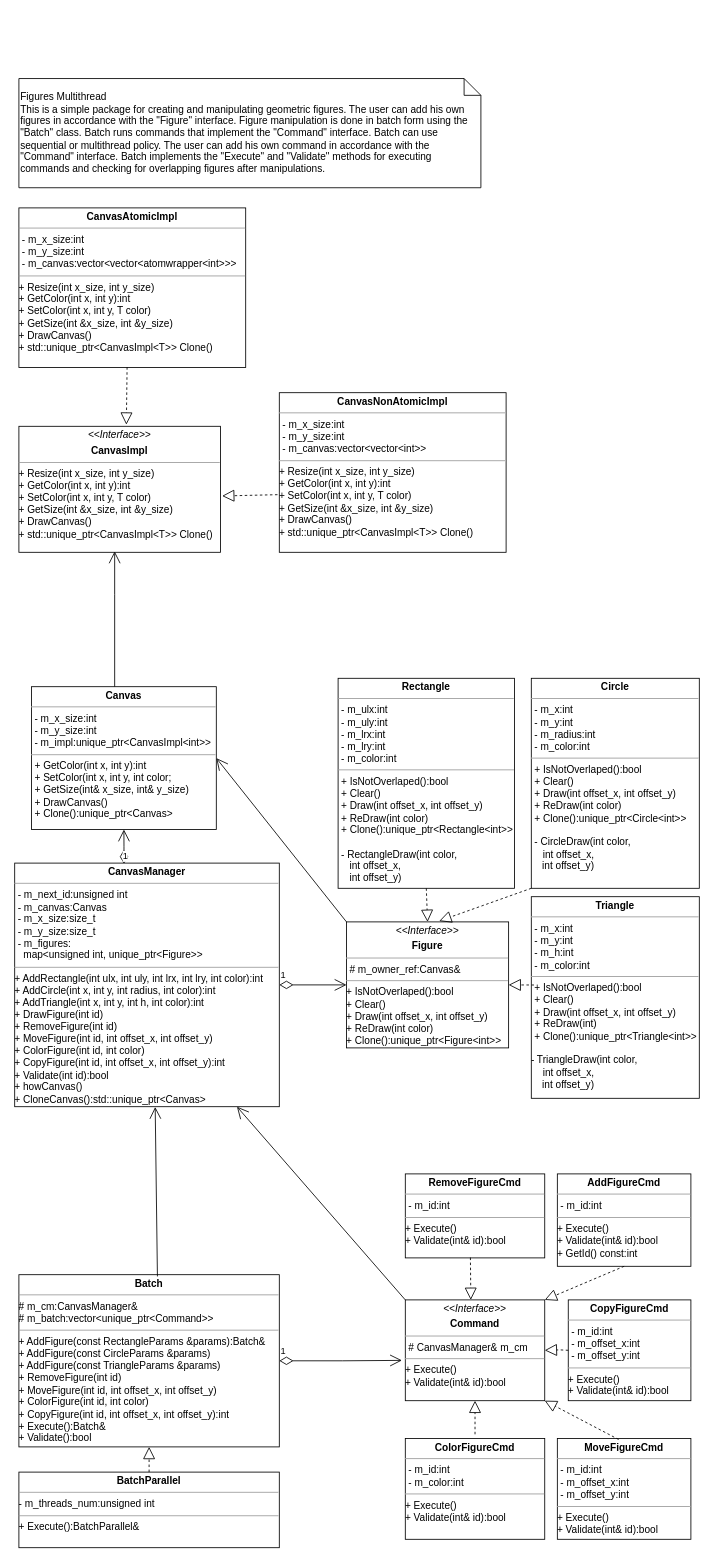
Above: docs/figure_class.drawio in slawek-m/figures (draw.io), before the change. Source tidied: cells renumbered, new cells numbered last; positions are measured from the earlier drawing's top-left corner, leaving out a move shared by most shapes. Both pictures are drawn from the tidied source at 84%, with x=0, y=0 at pixel (14, 78).
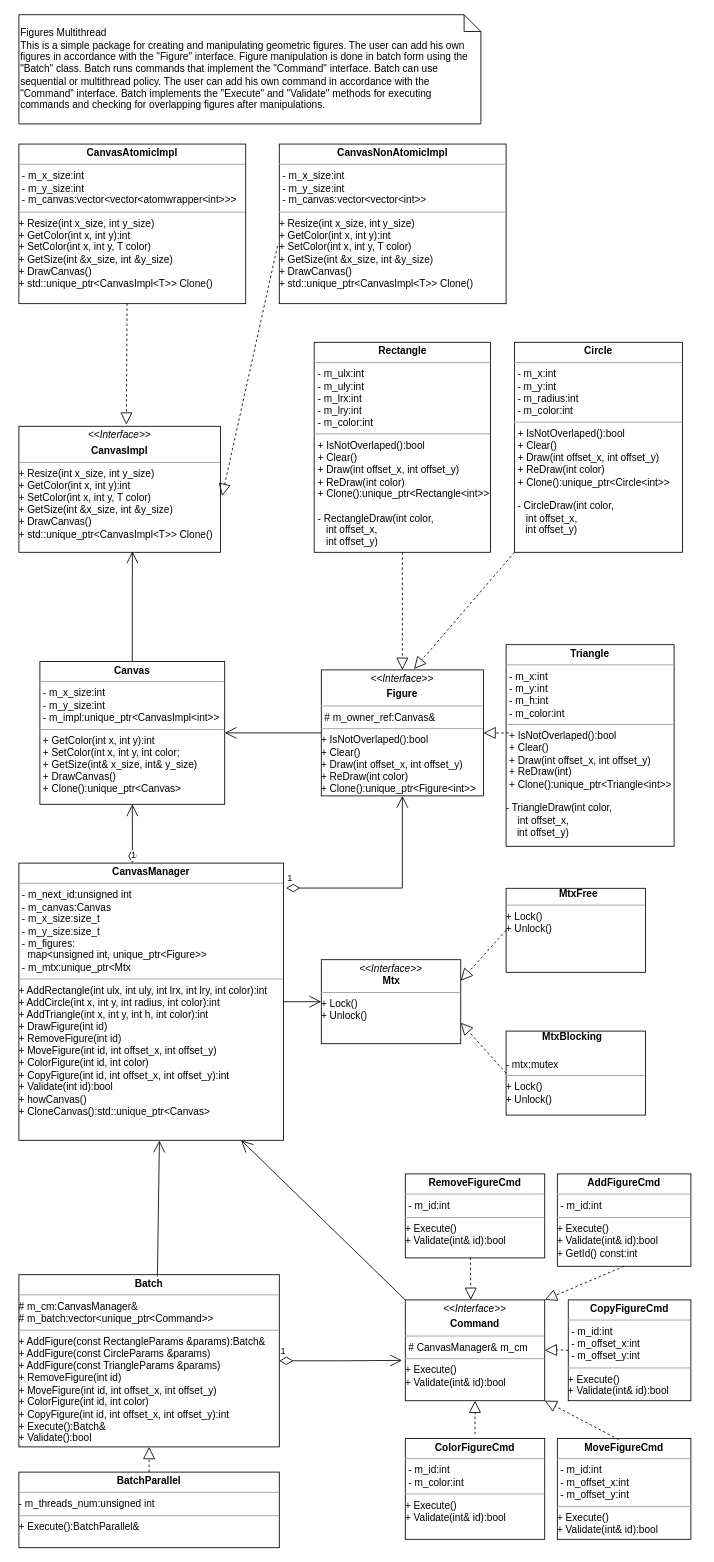
Above is the later version.

Commit message (it also covers changes not shown here):
class diagram updated

Unchanged cells that the change refers to:
```xml
<mxCell id="28" value="&lt;p style=&quot;margin:0px;margin-top:4px;text-align:center;&quot;&gt;&lt;i&gt;&amp;lt;&amp;lt;Interface&amp;gt;&amp;gt;&lt;/i&gt;&lt;/p&gt;&lt;p style=&quot;margin:0px;margin-top:4px;text-align:center;&quot;&gt;&lt;b&gt;CanvasImpl&lt;/b&gt;&lt;/p&gt;&lt;hr size=&quot;1&quot;&gt;+ Resize(int x_size, int y_size)&lt;br&gt;+ GetColor(int x, int y):int&lt;br&gt;+ SetColor(int x, int y, T color)&lt;br&gt;+ GetSize(int &amp;amp;x_size, int &amp;amp;y_size)&lt;br&gt;+ DrawCanvas()&lt;br&gt;+ std::unique_ptr&amp;lt;CanvasImpl&amp;lt;T&amp;gt;&amp;gt; Clone()" style="verticalAlign=top;align=left;overflow=fill;fontSize=12;fontFamily=Helvetica;html=1;" parent="1" vertex="1">
  <mxGeometry x="5" y="414" width="240" height="150" as="geometry" />
</mxCell>
```

The edit, as a diff of the source:
```diff
@@
     <mxCell id="2" value="&lt;p style=&quot;margin:0px;margin-top:4px;text-align:center;&quot;&gt;&lt;i&gt;&amp;lt;&amp;lt;Interface&amp;gt;&amp;gt;&lt;/i&gt;&lt;/p&gt;&lt;p style=&quot;margin:0px;margin-top:4px;text-align:center;&quot;&gt;&lt;b&gt;Figure&lt;/b&gt;&lt;br&gt;&lt;/p&gt;&lt;hr size=&quot;1&quot;&gt;&lt;p style=&quot;margin:0px;margin-left:4px;&quot;&gt;# m_owner_ref:Canvas&amp;amp;&lt;br&gt;&lt;/p&gt;&lt;hr size=&quot;1&quot;&gt;+ IsNotOverlaped():bool&lt;br&gt;+ Clear()&lt;br&gt;+ Draw(int offset_x, int offset_y)&lt;br&gt;&lt;div&gt;+ ReDraw(int color)&lt;/div&gt;&lt;div&gt;+ Clone():unique_ptr&amp;lt;Figure&amp;lt;int&amp;gt;&amp;gt;&lt;br&gt;&lt;/div&gt;&lt;div&gt;&lt;br&gt;&lt;/div&gt;" style="verticalAlign=top;align=left;overflow=fill;fontSize=12;fontFamily=Helvetica;html=1;" parent="1" vertex="1">
-      <mxGeometry x="395" y="1004" width="193" height="150" as="geometry" />
+      <mxGeometry x="365" y="704" width="193" height="150" as="geometry" />
     </mxCell>
     <mxCell id="3" value="&lt;p style=&quot;margin:0px;margin-top:4px;text-align:center;&quot;&gt;&lt;b&gt;Rectangle&lt;/b&gt;&lt;br&gt;&lt;/p&gt;&lt;hr size=&quot;1&quot;&gt;&lt;p style=&quot;margin:0px;margin-left:4px;&quot;&gt;- m_ulx:int&lt;br&gt;- m_uly:int&lt;br&gt;- m_lrx:int &lt;br&gt;- m_lry:int&lt;br&gt;- m_color:int&lt;/p&gt;&lt;hr size=&quot;1&quot;&gt;&lt;p style=&quot;margin:0px;margin-left:4px;&quot;&gt;+ IsNotOverlaped():bool&lt;br&gt;+ Clear()&lt;br&gt;+ Draw(int offset_x, int offset_y)&lt;br&gt;+ ReDraw(int color)&lt;/p&gt;&lt;p style=&quot;margin:0px;margin-left:4px;&quot;&gt;+ Clone():unique_ptr&amp;lt;Rectangle&amp;lt;int&amp;gt;&amp;gt;&lt;/p&gt;&lt;p style=&quot;margin:0px;margin-left:4px;&quot;&gt;&lt;br&gt;&lt;/p&gt;&lt;p style=&quot;margin:0px;margin-left:4px;&quot;&gt;- RectangleDraw(int color, &lt;br&gt;&lt;/p&gt;&lt;p style=&quot;margin:0px;margin-left:4px;&quot;&gt;&amp;nbsp;&amp;nbsp; int offset_x, &lt;br&gt;&lt;/p&gt;&lt;p style=&quot;margin:0px;margin-left:4px;&quot;&gt;&amp;nbsp;&amp;nbsp; int offset_y)&lt;br&gt;&lt;/p&gt;" style="verticalAlign=top;align=left;overflow=fill;fontSize=12;fontFamily=Helvetica;html=1;" parent="1" vertex="1">
-      <mxGeometry x="385" y="714" width="210" height="250" as="geometry" />
+      <mxGeometry x="356.5" y="314" width="210" height="250" as="geometry" />
     </mxCell>
     <mxCell id="4" value="&lt;p style=&quot;margin:0px;margin-top:4px;text-align:center;&quot;&gt;&lt;b&gt;Circle&lt;/b&gt;&lt;/p&gt;&lt;hr size=&quot;1&quot;&gt;&lt;p style=&quot;margin:0px;margin-left:4px;&quot;&gt;- m_x:int&lt;br&gt;- m_y:int&lt;br&gt;- m_radius:int&lt;br&gt;- m_color:int&lt;/p&gt;&lt;hr size=&quot;1&quot;&gt;&lt;p style=&quot;margin:0px;margin-left:4px;&quot;&gt;+ IsNotOverlaped():bool&lt;br&gt;+ Clear()&lt;br&gt;+ Draw(int offset_x, int offset_y)&lt;br&gt;+ ReDraw(int color)&lt;/p&gt;&lt;p style=&quot;margin:0px;margin-left:4px;&quot;&gt;+ Clone():unique_ptr&amp;lt;Circle&amp;lt;int&amp;gt;&amp;gt;&lt;/p&gt;&lt;p style=&quot;margin:0px;margin-left:4px;&quot;&gt;&lt;br&gt;&lt;/p&gt;&lt;p style=&quot;margin:0px;margin-left:4px;&quot;&gt;- CircleDraw(int color, &lt;br&gt;&lt;/p&gt;&lt;p style=&quot;margin:0px;margin-left:4px;&quot;&gt;&amp;nbsp;&amp;nbsp; int offset_x, &lt;br&gt;&lt;/p&gt;&amp;nbsp;&amp;nbsp;&amp;nbsp; int offset_y)" style="verticalAlign=top;align=left;overflow=fill;fontSize=12;fontFamily=Helvetica;html=1;" parent="1" vertex="1">
-      <mxGeometry x="615" y="714" width="200" height="250" as="geometry" />
+      <mxGeometry x="595" y="314" width="200" height="250" as="geometry" />
     </mxCell>
     <mxCell id="5" value="&lt;p style=&quot;margin:0px;margin-top:4px;text-align:center;&quot;&gt;&lt;b&gt;Triangle&lt;/b&gt;&lt;br&gt;&lt;/p&gt;&lt;hr size=&quot;1&quot;&gt;&lt;p style=&quot;margin:0px;margin-left:4px;&quot;&gt;- m_x:int&lt;br&gt;- m_y:int&lt;br&gt;- m_h:int&lt;br&gt;- m_color:int&lt;/p&gt;&lt;hr size=&quot;1&quot;&gt;&lt;p style=&quot;margin:0px;margin-left:4px;&quot;&gt;+ IsNotOverlaped():bool&lt;br&gt;+ Clear()&lt;br&gt;+ Draw(int offset_x, int offset_y)&lt;br&gt;+ ReDraw(int)&lt;/p&gt;&lt;p style=&quot;margin:0px;margin-left:4px;&quot;&gt;+ Clone():unique_ptr&amp;lt;Triangle&amp;lt;int&amp;gt;&amp;gt;&lt;br&gt;&lt;/p&gt;&lt;p style=&quot;margin:0px;margin-left:4px;&quot;&gt;&lt;br&gt;&lt;/p&gt;- TriangleDraw(int color, &lt;br&gt;&lt;p style=&quot;margin:0px;margin-left:4px;&quot;&gt;&amp;nbsp;&amp;nbsp; int offset_x, &lt;br&gt;&lt;/p&gt;&amp;nbsp;&amp;nbsp;&amp;nbsp; int offset_y)&lt;p style=&quot;margin:0px;margin-left:4px;&quot;&gt;&lt;/p&gt;" style="verticalAlign=top;align=left;overflow=fill;fontSize=12;fontFamily=Helvetica;html=1;" parent="1" vertex="1">
-      <mxGeometry x="615" y="974" width="200" height="240" as="geometry" />
+      <mxGeometry x="585" y="674" width="200" height="240" as="geometry" />
     </mxCell>
     <mxCell id="6" value="&lt;p style=&quot;margin:0px;margin-top:4px;text-align:center;&quot;&gt;&lt;b&gt;Canvas&lt;/b&gt;&lt;/p&gt;&lt;hr size=&quot;1&quot;&gt;&lt;p style=&quot;margin:0px;margin-left:4px;&quot;&gt;- m_x_size:int &lt;br&gt;- m_y_size:int &lt;br&gt;- m_impl:unique_ptr&amp;lt;CanvasImpl&amp;lt;int&amp;gt;&amp;gt; &lt;br&gt;&lt;/p&gt;&lt;hr size=&quot;1&quot;&gt;&lt;p style=&quot;margin:0px;margin-left:4px;&quot;&gt;+ GetColor(int x, int y):int&lt;br&gt;+ SetColor(int x, int y, int color;&lt;br&gt;+ GetSize(int&amp;amp; x_size, int&amp;amp; y_size)&lt;br&gt;+ DrawCanvas()&lt;br&gt;+ Clone():unique_ptr&amp;lt;Canvas&amp;gt;&lt;br&gt;&lt;/p&gt;" style="verticalAlign=top;align=left;overflow=fill;fontSize=12;fontFamily=Helvetica;html=1;" parent="1" vertex="1">
-      <mxGeometry x="20" y="724" width="220" height="170" as="geometry" />
+      <mxGeometry x="30" y="694" width="220" height="170" as="geometry" />
     </mxCell>
-    <mxCell id="7" style="endArrow=open;endFill=1;endSize=12;html=1;rounded=0;exitX=0;exitY=0;exitDx=0;exitDy=0;entryX=1;entryY=0.5;entryDx=0;entryDy=0;" parent="1" edge="1" source="2" target="6">
+    <mxCell id="7" style="endArrow=open;endFill=1;endSize=12;html=1;rounded=0;exitX=0;exitY=0.5;exitDx=0;exitDy=0;entryX=1;entryY=0.5;entryDx=0;entryDy=0;" parent="1" edge="1" source="2" target="6">
       <mxGeometry relative="1" as="geometry" />
     </mxCell>
@@
-    <mxCell id="17" value="&lt;p style=&quot;margin:0px;margin-top:4px;text-align:center;&quot;&gt;&lt;b&gt;CanvasManager&lt;/b&gt;&lt;/p&gt;&lt;hr size=&quot;1&quot;&gt;&lt;p style=&quot;margin:0px;margin-left:4px;&quot;&gt;- m_next_id:unsigned int &lt;br&gt;- m_canvas:Canvas&lt;br&gt;- m_x_size:size_t&lt;br&gt;- m_y_size:size_t&lt;br&gt;- m_figures:&lt;/p&gt;&lt;p style=&quot;margin:0px;margin-left:4px;&quot;&gt;&amp;nbsp; map&amp;lt;unsigned int, unique_ptr&amp;lt;Figure&amp;gt;&amp;gt; &lt;br&gt;&lt;/p&gt;&lt;hr size=&quot;1&quot;&gt;+ AddRectangle(int ulx, int uly, int lrx, int lry, int color):int&lt;br&gt;+ AddCircle(int x, int y, int radius, int color):int&lt;br&gt;+ AddTriangle(int x, int y, int h, int color):int&lt;br&gt;+ DrawFigure(int id)&lt;br&gt;+ RemoveFigure(int id)&lt;br&gt;+ MoveFigure(int id, int offset_x, int offset_y)&lt;br&gt;&lt;div&gt;+ ColorFigure(int id, int color)&lt;/div&gt;&lt;div&gt;+ CopyFigure(int id, int offset_x, int offset_y):int&lt;/div&gt;+ Validate(int id):bool&lt;br&gt;+ howCanvas()&lt;br&gt;+ CloneCanvas():std::unique_ptr&amp;lt;Canvas&amp;gt;" style="verticalAlign=top;align=left;overflow=fill;fontSize=12;fontFamily=Helvetica;html=1;" parent="1" vertex="1">
-      <mxGeometry y="934" width="315" height="290" as="geometry" />
+    <mxCell id="17" value="&lt;p style=&quot;margin:0px;margin-top:4px;text-align:center;&quot;&gt;&lt;b&gt;CanvasManager&lt;/b&gt;&lt;/p&gt;&lt;hr size=&quot;1&quot;&gt;&lt;p style=&quot;margin:0px;margin-left:4px;&quot;&gt;- m_next_id:unsigned int &lt;br&gt;- m_canvas:Canvas&lt;br&gt;- m_x_size:size_t&lt;br&gt;- m_y_size:size_t&lt;br&gt;- m_figures:&lt;/p&gt;&lt;p style=&quot;margin:0px;margin-left:4px;&quot;&gt;&amp;nbsp; map&amp;lt;unsigned int, unique_ptr&amp;lt;Figure&amp;gt;&amp;gt;&lt;/p&gt;&lt;p style=&quot;margin:0px;margin-left:4px;&quot;&gt;- m_mtx:unique_ptr&amp;lt;Mtx &lt;/p&gt;&lt;hr size=&quot;1&quot;&gt;+ AddRectangle(int ulx, int uly, int lrx, int lry, int color):int&lt;br&gt;+ AddCircle(int x, int y, int radius, int color):int&lt;br&gt;+ AddTriangle(int x, int y, int h, int color):int&lt;br&gt;+ DrawFigure(int id)&lt;br&gt;+ RemoveFigure(int id)&lt;br&gt;+ MoveFigure(int id, int offset_x, int offset_y)&lt;br&gt;&lt;div&gt;+ ColorFigure(int id, int color)&lt;/div&gt;&lt;div&gt;+ CopyFigure(int id, int offset_x, int offset_y):int&lt;/div&gt;+ Validate(int id):bool&lt;br&gt;+ howCanvas()&lt;br&gt;+ CloneCanvas():std::unique_ptr&amp;lt;Canvas&amp;gt;" style="verticalAlign=top;align=left;overflow=fill;fontSize=12;fontFamily=Helvetica;html=1;" parent="1" vertex="1">
+      <mxGeometry x="5" y="934" width="315" height="330" as="geometry" />
     </mxCell>
@@
-    <mxCell id="21" value="1" style="endArrow=open;html=1;endSize=12;startArrow=diamondThin;startSize=14;startFill=0;edgeStyle=orthogonalEdgeStyle;align=left;verticalAlign=bottom;rounded=0;entryX=0.5;entryY=1;entryDx=0;entryDy=0;exitX=0.413;exitY=0.003;exitDx=0;exitDy=0;exitPerimeter=0;" parent="1" edge="1" source="17" target="6">
+    <mxCell id="21" value="1" style="endArrow=open;html=1;endSize=12;startArrow=diamondThin;startSize=14;startFill=0;edgeStyle=orthogonalEdgeStyle;align=left;verticalAlign=bottom;rounded=0;entryX=0.5;entryY=1;entryDx=0;entryDy=0;exitX=0.429;exitY=0;exitDx=0;exitDy=0;exitPerimeter=0;" parent="1" edge="1" source="17" target="6">
       <mxGeometry x="-1" y="3" relative="1" as="geometry" />
     </mxCell>
@@
     <mxCell id="25" value="&lt;div align=&quot;left&quot;&gt;Figures Multithread&lt;br&gt;&lt;/div&gt;This is a simple package for creating and manipulating geometric figures. The user can add his own figures in accordance with the &quot;Figure&quot; interface. Figure manipulation is done in batch form using the &quot;Batch&quot; class. Batch runs commands that implement the &quot;Command&quot; interface. Batch can use sequential or multithread policy. The user can add his own command in accordance with the&lt;br&gt;&quot;Command&quot; interface. Batch implements the &quot;Execute&quot; and &quot;Validate&quot; methods for executing commands and checking for overlapping figures after manipulations. " style="shape=note;size=20;whiteSpace=wrap;html=1;align=left;" parent="1" vertex="1">
-      <mxGeometry x="5" width="550" height="130" as="geometry" />
+      <mxGeometry x="5" y="-76" width="550" height="130" as="geometry" />
     </mxCell>
@@
     <mxCell id="29" value="&lt;p style=&quot;margin:0px;margin-top:4px;text-align:center;&quot;&gt;&lt;b&gt;Canvas&lt;/b&gt;&lt;b&gt;Atomic&lt;/b&gt;&lt;b&gt;Impl&lt;/b&gt;&lt;br&gt;&lt;/p&gt;&lt;hr size=&quot;1&quot;&gt;&lt;p style=&quot;margin:0px;margin-left:4px;&quot;&gt;- m_x_size:int&lt;br&gt;- m_y_size:int&lt;br&gt;- m_canvas:vector&amp;lt;vector&amp;lt;atomwrapper&amp;lt;int&amp;gt;&amp;gt;&amp;gt;&lt;br&gt;&lt;/p&gt;&lt;hr size=&quot;1&quot;&gt;+ Resize(int x_size, int y_size)&lt;br&gt;+ GetColor(int x, int y):int&lt;br&gt;+ SetColor(int x, int y, T color)&lt;br&gt;+ GetSize(int &amp;amp;x_size, int &amp;amp;y_size)&lt;br&gt;+ DrawCanvas()&lt;br&gt;+ std::unique_ptr&amp;lt;CanvasImpl&amp;lt;T&amp;gt;&amp;gt; Clone()" style="verticalAlign=top;align=left;overflow=fill;fontSize=12;fontFamily=Helvetica;html=1;" parent="1" vertex="1">
-      <mxGeometry x="5" y="154" width="270" height="190" as="geometry" />
+      <mxGeometry x="5" y="78" width="270" height="190" as="geometry" />
     </mxCell>
     <mxCell id="30" value="&lt;p style=&quot;margin:0px;margin-top:4px;text-align:center;&quot;&gt;&lt;b&gt;CanvasNonAtomicImpl&lt;/b&gt;&lt;br&gt;&lt;/p&gt;&lt;hr size=&quot;1&quot;&gt;&lt;p style=&quot;margin:0px;margin-left:4px;&quot;&gt;- m_x_size:int&lt;br&gt;- m_y_size:int&lt;br&gt;- m_canvas:vector&amp;lt;vector&amp;lt;int&amp;gt;&amp;gt;&lt;br&gt;&lt;/p&gt;&lt;hr size=&quot;1&quot;&gt;+ Resize(int x_size, int y_size)&lt;br&gt;+ GetColor(int x, int y):int&lt;br&gt;+ SetColor(int x, int y, T color)&lt;br&gt;+ GetSize(int &amp;amp;x_size, int &amp;amp;y_size)&lt;br&gt;+ DrawCanvas()&lt;br&gt;+ std::unique_ptr&amp;lt;CanvasImpl&amp;lt;T&amp;gt;&amp;gt; Clone()" style="verticalAlign=top;align=left;overflow=fill;fontSize=12;fontFamily=Helvetica;html=1;" parent="1" vertex="1">
-      <mxGeometry x="315" y="374" width="270" height="190" as="geometry" />
+      <mxGeometry x="315" y="78" width="270" height="190" as="geometry" />
     </mxCell>
@@
-    <mxCell id="34" value="1" style="endArrow=open;html=1;endSize=12;startArrow=diamondThin;startSize=14;startFill=0;edgeStyle=orthogonalEdgeStyle;align=left;verticalAlign=bottom;rounded=0;entryX=0;entryY=0.5;entryDx=0;entryDy=0;exitX=1;exitY=0.5;exitDx=0;exitDy=0;" parent="1" edge="1" source="17" target="2">
+    <mxCell id="34" value="1" style="endArrow=open;html=1;endSize=12;startArrow=diamondThin;startSize=14;startFill=0;edgeStyle=orthogonalEdgeStyle;align=left;verticalAlign=bottom;rounded=0;exitX=1.01;exitY=0.09;exitDx=0;exitDy=0;exitPerimeter=0;" parent="1" edge="1" source="17" target="2">
       <mxGeometry x="-1" y="3" relative="1" as="geometry" />
     </mxCell>
-    <mxCell id="35" style="endArrow=open;endFill=1;endSize=12;html=1;rounded=0;entryX=0.475;entryY=0.993;entryDx=0;entryDy=0;entryPerimeter=0;" parent="1" edge="1" target="28">
+    <mxCell id="35" style="endArrow=open;endFill=1;endSize=12;html=1;rounded=0;entryX=0.563;entryY=0.993;entryDx=0;entryDy=0;entryPerimeter=0;exitX=0.5;exitY=0;exitDx=0;exitDy=0;" parent="1" edge="1" source="6" target="28">
       <mxGeometry x="0.24" y="-16" relative="1" as="geometry">
-        <mxPoint x="119" y="724" as="sourcePoint" />
         <Array as="points">
-          <mxPoint x="119" y="614" />
+          <mxPoint x="140" y="614" />
         </Array>
       </mxGeometry>
     </mxCell>
@@
+    <mxCell id="38" value="&lt;p style=&quot;margin:0px;margin-top:4px;text-align:center;&quot;&gt;&lt;i&gt;&amp;lt;&amp;lt;Interface&amp;gt;&amp;gt;&lt;/i&gt;&lt;/p&gt;&lt;b&gt;&lt;span style=&quot;white-space: pre;&quot;&gt;&#9;&lt;/span&gt;&lt;span style=&quot;white-space: pre;&quot;&gt;&#9;&lt;/span&gt;&amp;nbsp;&amp;nbsp;&amp;nbsp;&amp;nbsp;&amp;nbsp; Mtx&lt;/b&gt;&lt;p style=&quot;margin:0px;margin-top:4px;text-align:center;&quot;&gt;&lt;/p&gt;&lt;hr size=&quot;1&quot;&gt;+ Lock()&lt;br&gt;&lt;div&gt;+ Unlock()&lt;/div&gt;&lt;div&gt;&lt;br&gt;&lt;/div&gt;" style="verticalAlign=top;align=left;overflow=fill;fontSize=12;fontFamily=Helvetica;html=1;" parent="1" vertex="1">
+      <mxGeometry x="365" y="1049" width="166" height="100" as="geometry" />
+    </mxCell>
+    <mxCell id="39" value="&lt;b&gt;&lt;span style=&quot;white-space: pre;&quot;&gt;&#9;&lt;/span&gt;&lt;span style=&quot;white-space: pre;&quot;&gt;&#9;&lt;/span&gt;&amp;nbsp;&amp;nbsp; MtxFree&lt;/b&gt;&lt;p style=&quot;margin:0px;margin-top:4px;text-align:center;&quot;&gt;&lt;/p&gt;&lt;hr size=&quot;1&quot;&gt;+ Lock()&lt;br&gt;&lt;div&gt;+ Unlock()&lt;/div&gt;&lt;div&gt;&lt;br&gt;&lt;/div&gt;" style="verticalAlign=top;align=left;overflow=fill;fontSize=12;fontFamily=Helvetica;html=1;" parent="1" vertex="1">
+      <mxGeometry x="585" y="964" width="166" height="100" as="geometry" />
+    </mxCell>
+    <mxCell id="40" value="&lt;b&gt;&lt;span style=&quot;&quot;&gt;&#9;&lt;/span&gt;&amp;nbsp;&amp;nbsp;&amp;nbsp;&amp;nbsp;&amp;nbsp;&amp;nbsp;&amp;nbsp;&amp;nbsp;&amp;nbsp;&amp;nbsp;&amp;nbsp;&amp;nbsp; MtxBlocking&lt;/b&gt;&lt;p style=&quot;margin:0px;margin-top:4px;text-align:center;&quot;&gt;&lt;/p&gt;&lt;div&gt;&lt;br&gt;&lt;/div&gt;&lt;div&gt;- mtx:mutex&lt;/div&gt;&lt;hr size=&quot;1&quot;&gt;&lt;div&gt;+ Lock()&lt;/div&gt;&lt;div&gt;+ Unlock()&lt;/div&gt;&lt;div&gt;&lt;br&gt;&lt;/div&gt;" style="verticalAlign=top;align=left;overflow=fill;fontSize=12;fontFamily=Helvetica;html=1;" parent="1" vertex="1">
+      <mxGeometry x="585" y="1134" width="166" height="100" as="geometry" />
+    </mxCell>
+    <mxCell id="41" style="endArrow=block;dashed=1;endFill=0;endSize=12;html=1;rounded=0;entryX=1;entryY=0.25;entryDx=0;entryDy=0;exitX=0;exitY=0.5;exitDx=0;exitDy=0;" parent="1" edge="1" source="39" target="38">
+      <mxGeometry relative="1" as="geometry" />
+    </mxCell>
+    <mxCell id="42" style="endArrow=block;dashed=1;endFill=0;endSize=12;html=1;rounded=0;entryX=1;entryY=0.75;entryDx=0;entryDy=0;exitX=0;exitY=0.5;exitDx=0;exitDy=0;" parent="1" edge="1" source="40" target="38">
+      <mxGeometry relative="1" as="geometry" />
+    </mxCell>
+    <mxCell id="43" style="endArrow=open;endFill=1;endSize=12;html=1;rounded=0;exitX=1;exitY=0.5;exitDx=0;exitDy=0;entryX=0;entryY=0.5;entryDx=0;entryDy=0;" parent="1" edge="1" source="17" target="38">
+      <mxGeometry relative="1" as="geometry" />
+    </mxCell>
```
